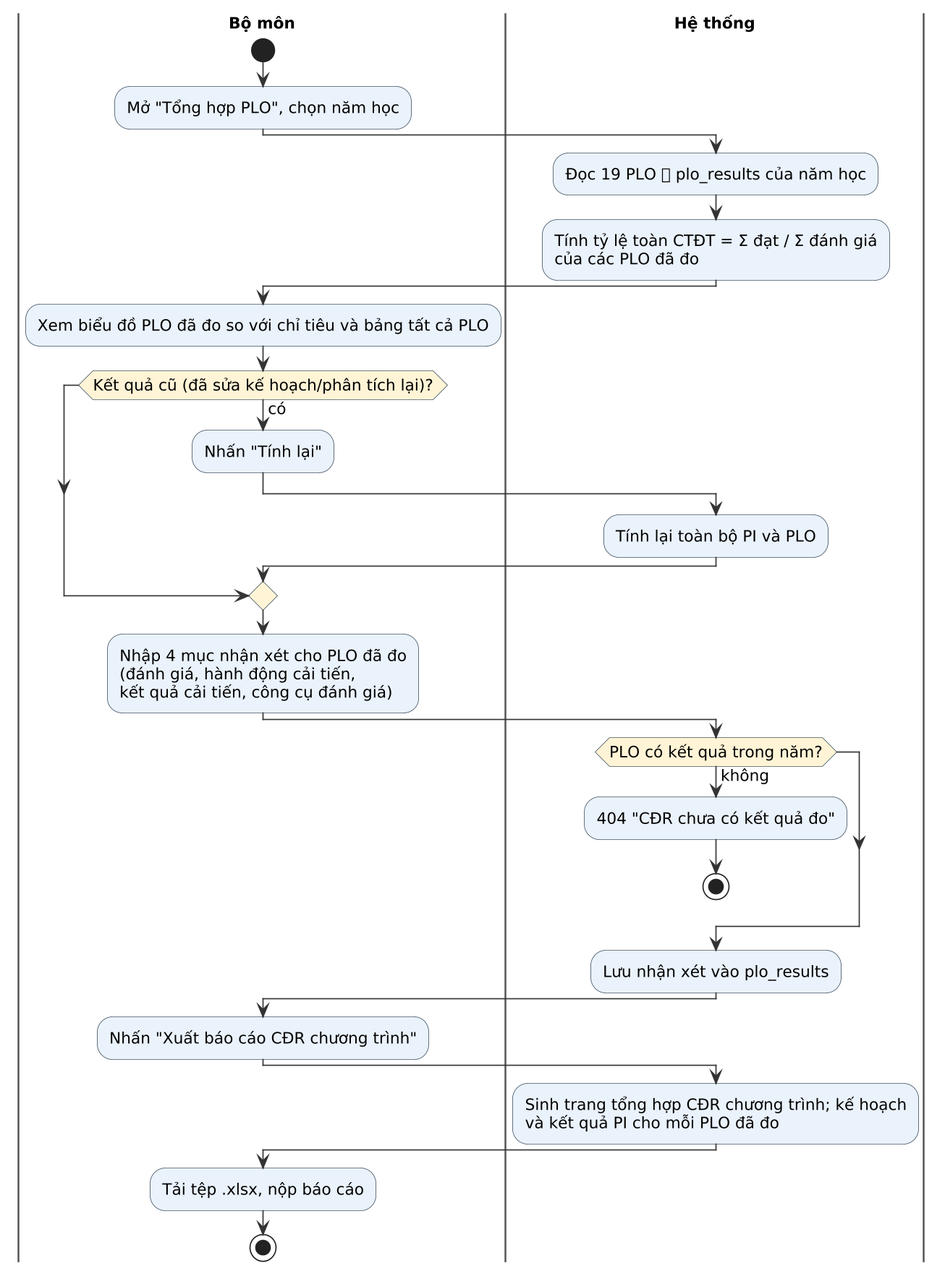
This is docs/diagrams/usecase/act07.png from NguyenTanYen/TLCN, a PlantUML export, as it was before one commit.
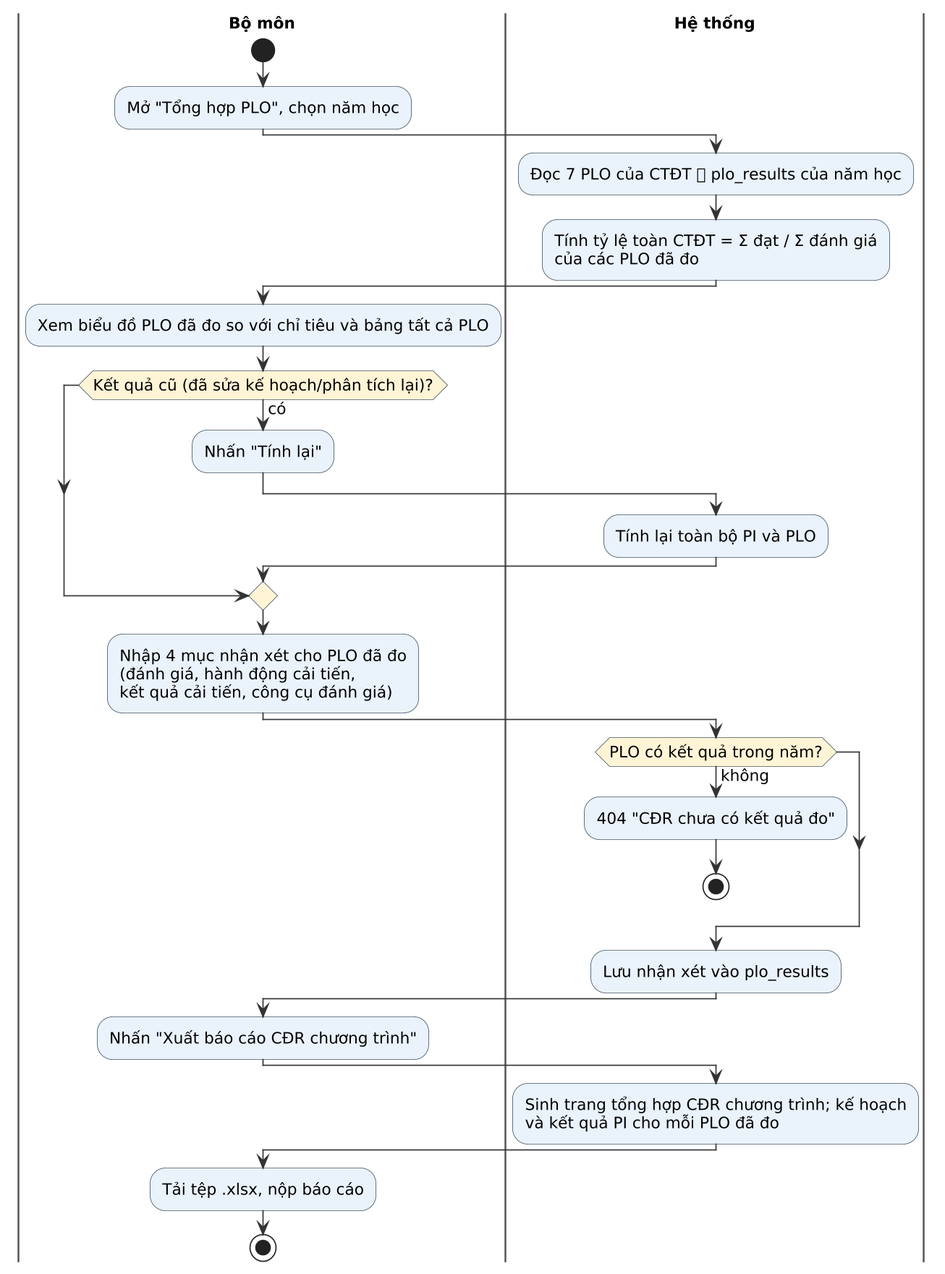
Later version of the same file.

Change to the diagram source:
```diff
@@ -4,7 +4,7 @@
 start
 :Mở "Tổng hợp PLO", chọn năm học;
 |Hệ thống|
-:Đọc 19 PLO ⟕ plo_results của năm học;
+:Đọc 7 PLO của CTĐT ⟕ plo_results của năm học;
 :Tính tỷ lệ toàn CTĐT = Σ đạt / Σ đánh giá\ncủa các PLO đã đo;
 |Bộ môn|
 :Xem biểu đồ PLO đã đo so với chỉ tiêu và bảng tất cả PLO;
```
